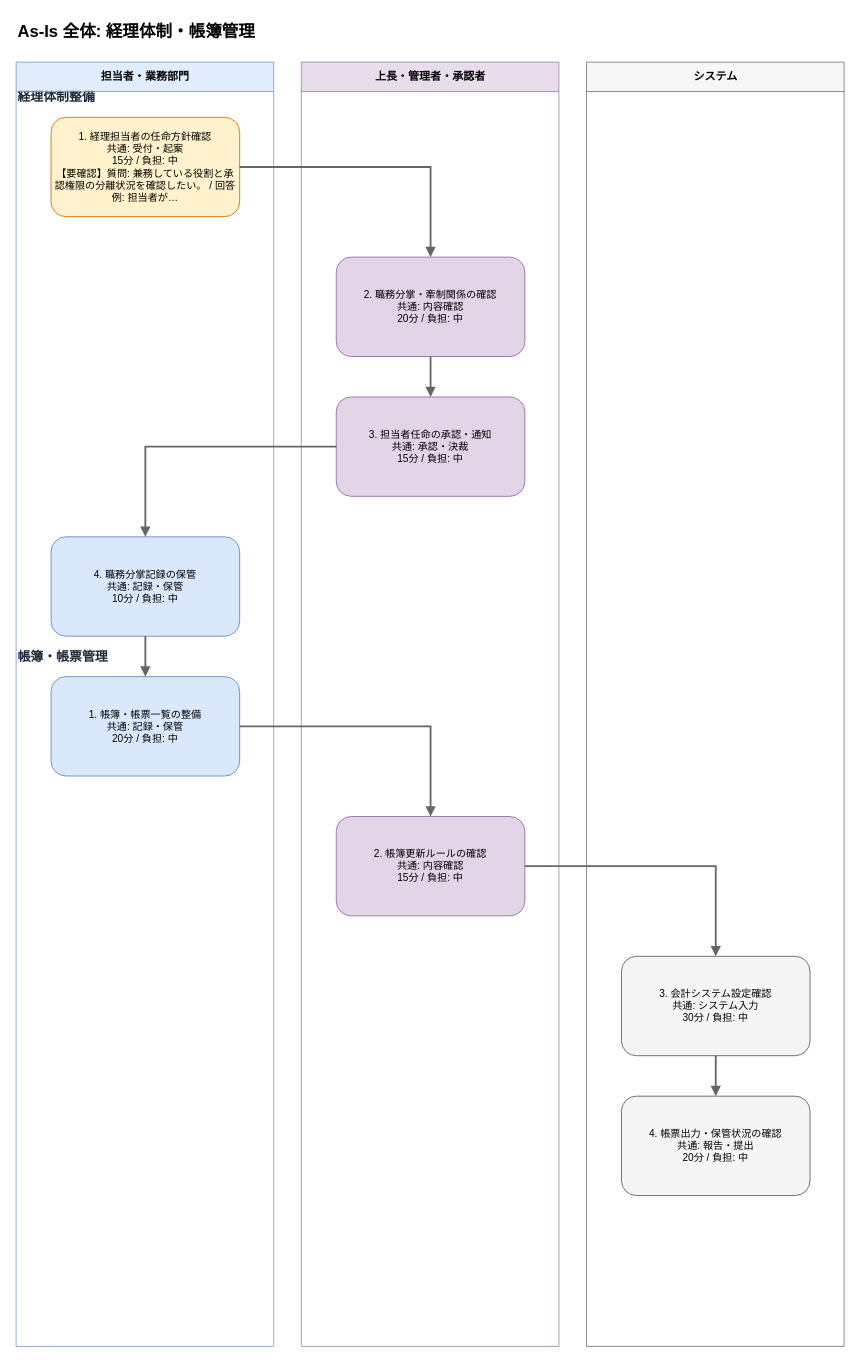
Before: output/flows/asis_経理体制_帳簿管理_20260608.drawio in Toshiki811/ai-business-analysis-heatmap, a draw.io diagram. Source tidied: cells renumbered, new cells numbered last; positions are measured from the earlier drawing's top-left corner, leaving out a move shared by most shapes. Both pictures are drawn from the tidied source at 92%, with x=0, y=0 at pixel (16, 16).
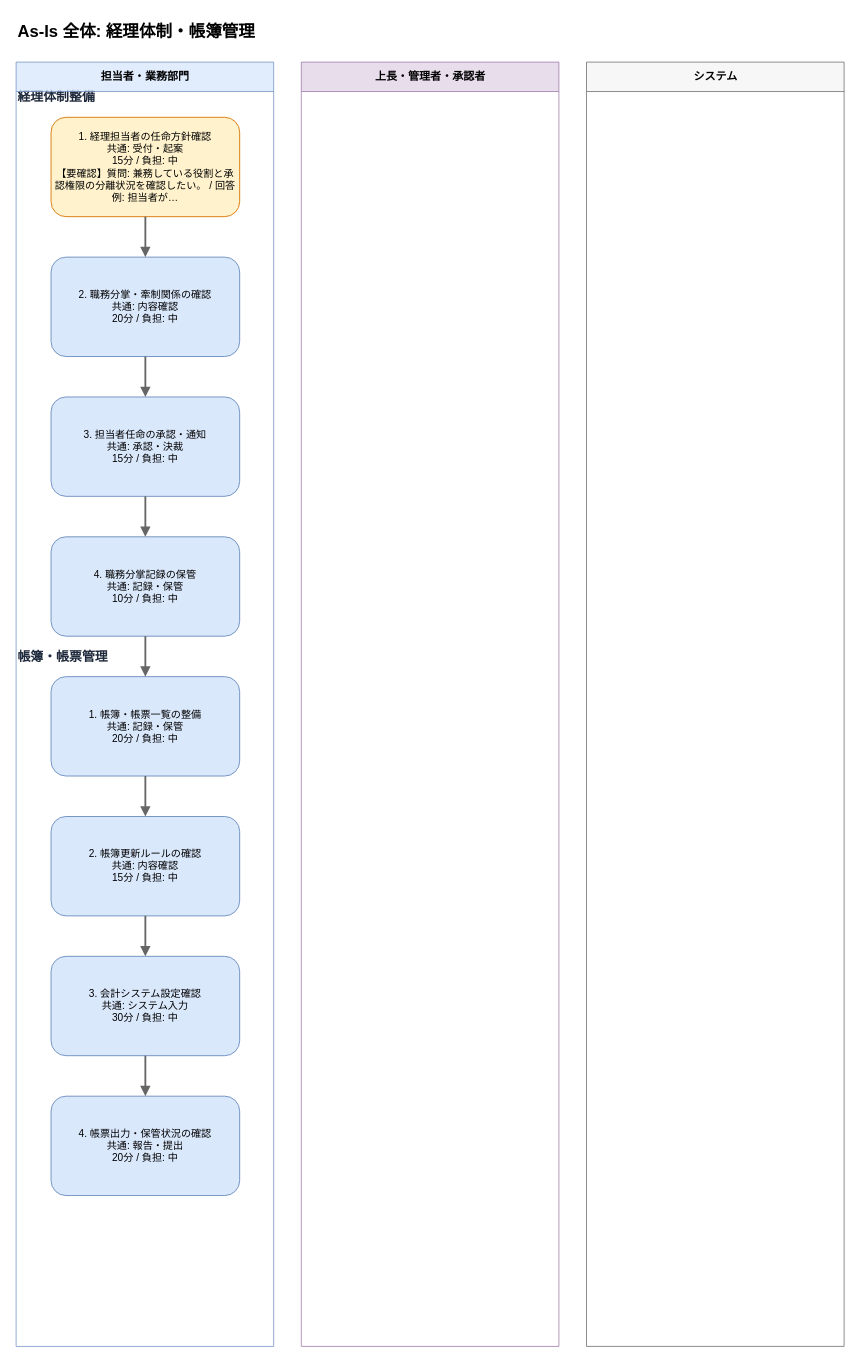
The same diagram, later.

What changed in the source:
```diff
@@
-    <mxCell id="9" value="2. 職務分掌・牽制関係の確認&#10;共通: 内容確認&#10;20分 / 負担: 中" style="rounded=1;whiteSpace=wrap;html=1;fillColor=#e1d5e7;strokeColor=#9673a6;strokeWidth=1;fontSize=11;fontColor=#000000;" parent="1" vertex="1">
-      <mxGeometry x="348" y="262" width="205" height="108" as="geometry" />
+    <mxCell id="9" value="2. 職務分掌・牽制関係の確認&#10;共通: 内容確認&#10;20分 / 負担: 中" style="rounded=1;whiteSpace=wrap;html=1;fillColor=#dae8fc;strokeColor=#6c8ebf;strokeWidth=1;fontSize=11;fontColor=#000000;" parent="1" vertex="1">
+      <mxGeometry x="38" y="262" width="205" height="108" as="geometry" />
     </mxCell>
-    <mxCell id="10" value="3. 担当者任命の承認・通知&#10;共通: 承認・決裁&#10;15分 / 負担: 中" style="rounded=1;whiteSpace=wrap;html=1;fillColor=#e1d5e7;strokeColor=#9673a6;strokeWidth=1;fontSize=11;fontColor=#000000;" parent="1" vertex="1">
-      <mxGeometry x="348" y="414" width="205" height="108" as="geometry" />
+    <mxCell id="10" value="3. 担当者任命の承認・通知&#10;共通: 承認・決裁&#10;15分 / 負担: 中" style="rounded=1;whiteSpace=wrap;html=1;fillColor=#dae8fc;strokeColor=#6c8ebf;strokeWidth=1;fontSize=11;fontColor=#000000;" parent="1" vertex="1">
+      <mxGeometry x="38" y="414" width="205" height="108" as="geometry" />
     </mxCell>
@@
-    <mxCell id="13" value="2. 帳簿更新ルールの確認&#10;共通: 内容確認&#10;15分 / 負担: 中" style="rounded=1;whiteSpace=wrap;html=1;fillColor=#e1d5e7;strokeColor=#9673a6;strokeWidth=1;fontSize=11;fontColor=#000000;" parent="1" vertex="1">
-      <mxGeometry x="348" y="870" width="205" height="108" as="geometry" />
+    <mxCell id="13" value="2. 帳簿更新ルールの確認&#10;共通: 内容確認&#10;15分 / 負担: 中" style="rounded=1;whiteSpace=wrap;html=1;fillColor=#dae8fc;strokeColor=#6c8ebf;strokeWidth=1;fontSize=11;fontColor=#000000;" parent="1" vertex="1">
+      <mxGeometry x="38" y="870" width="205" height="108" as="geometry" />
     </mxCell>
-    <mxCell id="14" value="3. 会計システム設定確認&#10;共通: システム入力&#10;30分 / 負担: 中" style="rounded=1;whiteSpace=wrap;html=1;fillColor=#f5f5f5;strokeColor=#666666;strokeWidth=1;fontSize=11;fontColor=#000000;" parent="1" vertex="1">
-      <mxGeometry x="658" y="1022" width="205" height="108" as="geometry" />
+    <mxCell id="14" value="3. 会計システム設定確認&#10;共通: システム入力&#10;30分 / 負担: 中" style="rounded=1;whiteSpace=wrap;html=1;fillColor=#dae8fc;strokeColor=#6c8ebf;strokeWidth=1;fontSize=11;fontColor=#000000;" parent="1" vertex="1">
+      <mxGeometry x="38" y="1022" width="205" height="108" as="geometry" />
     </mxCell>
-    <mxCell id="15" value="4. 帳票出力・保管状況の確認&#10;共通: 報告・提出&#10;20分 / 負担: 中" style="rounded=1;whiteSpace=wrap;html=1;fillColor=#f5f5f5;strokeColor=#666666;strokeWidth=1;fontSize=11;fontColor=#000000;" parent="1" vertex="1">
-      <mxGeometry x="658" y="1174" width="205" height="108" as="geometry" />
+    <mxCell id="15" value="4. 帳票出力・保管状況の確認&#10;共通: 報告・提出&#10;20分 / 負担: 中" style="rounded=1;whiteSpace=wrap;html=1;fillColor=#dae8fc;strokeColor=#6c8ebf;strokeWidth=1;fontSize=11;fontColor=#000000;" parent="1" vertex="1">
+      <mxGeometry x="38" y="1174" width="205" height="108" as="geometry" />
     </mxCell>
```
